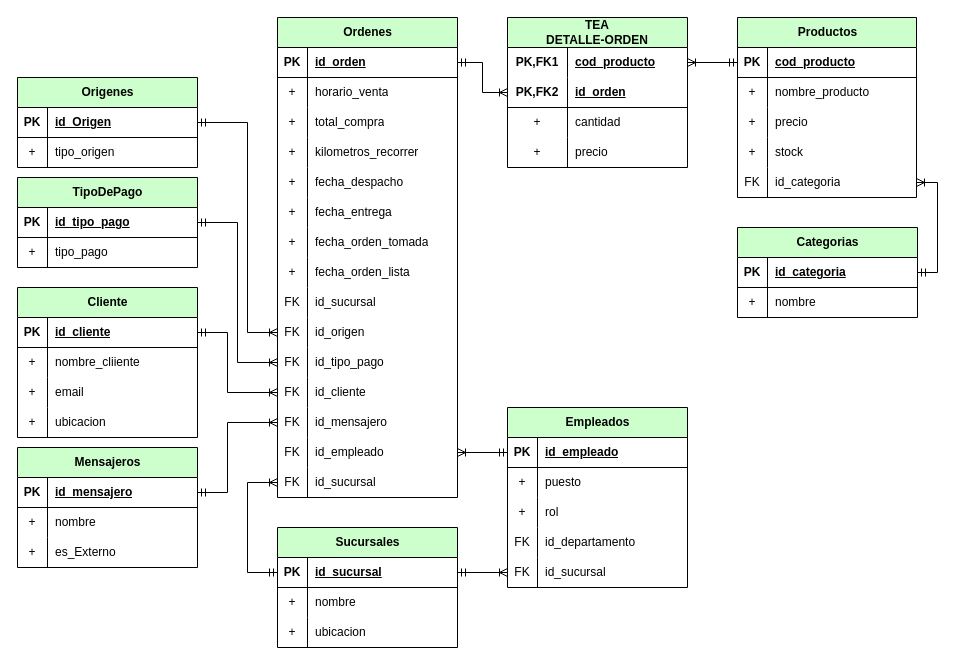
Above: 1er Avance/DiseñoMER_FastFood.drawio in gonzarratia/DataAnalyst_ProyectoIntegrador2 (draw.io), before the change. Source tidied: cells renumbered, new cells numbered last; positions are measured from the earlier drawing's top-left corner, leaving out a move shared by most shapes. Both pictures are drawn from the tidied source at 100%, with x=0, y=0 at pixel (17, 17).
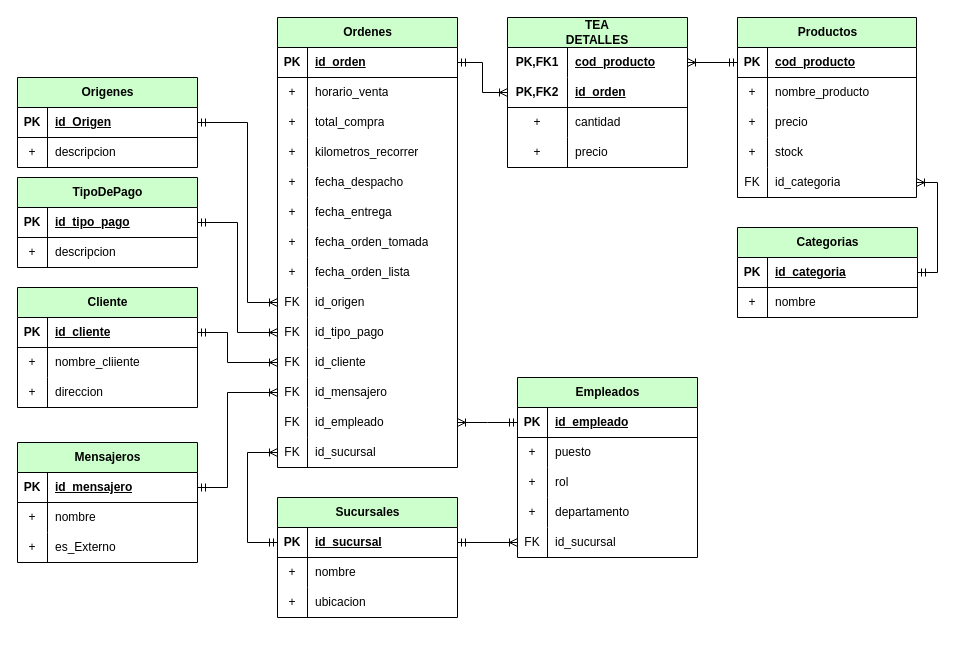
The same page after the edit.

The change refers to these unchanged cells:
```xml
<mxCell id="74" style="shape=tableRow;horizontal=0;startSize=0;swimlaneHead=0;swimlaneBody=0;fillColor=none;top=0;left=0;right=0;bottom=0;" parent="64" vertex="1">
  <mxGeometry y="120" width="180" height="30" as="geometry" />
</mxCell>
<mxCell id="81" style="shape=tableRow;horizontal=0;startSize=0;swimlaneHead=0;swimlaneBody=0;fillColor=none;points=[[0,0.5],[1,0.5]];portConstraint=eastwest;top=0;left=0;right=0;bottom=1;" parent="80" vertex="1">
  <mxGeometry y="30" width="180" height="30" as="geometry" />
</mxCell>
<mxCell id="91" style="shape=tableRow;horizontal=0;startSize=0;swimlaneHead=0;swimlaneBody=0;fillColor=none;points=[[0,0.5],[1,0.5]];portConstraint=eastwest;top=0;left=0;right=0;bottom=1;" parent="90" vertex="1">
  <mxGeometry y="30" width="180" height="30" as="geometry" />
</mxCell>
<mxCell id="101" style="shape=tableRow;horizontal=0;startSize=0;swimlaneHead=0;swimlaneBody=0;fillColor=none;points=[[0,0.5],[1,0.5]];portConstraint=eastwest;top=0;left=0;right=0;bottom=1;" parent="100" vertex="1">
  <mxGeometry y="30" width="180" height="30" as="geometry" />
</mxCell>
<mxCell id="122" style="shape=tableRow;horizontal=0;startSize=0;swimlaneHead=0;swimlaneBody=0;fillColor=none;points=[[0,0.5],[1,0.5]];portConstraint=eastwest;top=0;left=0;right=0;bottom=1;" parent="121" vertex="1">
  <mxGeometry y="30" width="180" height="30" as="geometry" />
</mxCell>
<mxCell id="125" style="shape=tableRow;horizontal=0;startSize=0;swimlaneHead=0;swimlaneBody=0;fillColor=none;top=0;left=0;right=0;bottom=0;" parent="121" vertex="1">
  <mxGeometry y="60" width="180" height="30" as="geometry" />
</mxCell>
<mxCell id="133" style="shape=tableRow;horizontal=0;startSize=0;swimlaneHead=0;swimlaneBody=0;fillColor=none;top=0;left=0;right=0;bottom=0;" parent="129" vertex="1">
  <mxGeometry y="60" width="180" height="30" as="geometry" />
</mxCell>
```

Diff of the diagram source:
```diff
@@
     <mxCell id="2" value="Ordenes" style="shape=table;startSize=30;childLayout=tableLayout;rowLines=0;fontStyle=1;align=center;html=1;fillColor=#CCFFCC;" parent="1" vertex="1">
-      <mxGeometry x="260" width="180" height="480" as="geometry" />
+      <mxGeometry x="260" width="180" height="450" as="geometry" />
     </mxCell>
@@
-    <mxCell id="27" style="shape=tableRow;horizontal=0;startSize=0;swimlaneHead=0;swimlaneBody=0;fillColor=none;top=0;left=0;right=0;bottom=0;" parent="2" vertex="1">
-      <mxGeometry y="270" width="180" height="30" as="geometry" />
-    </mxCell>
-    <mxCell id="28" value="FK" style="shape=partialRectangle;fillColor=none;top=0;left=0;bottom=0;right=0;overflow=hidden;whiteSpace=wrap;html=1;" parent="27" vertex="1">
-      <mxGeometry width="30" height="30" as="geometry" />
-    </mxCell>
-    <mxCell id="29" value="id_sucursal" style="shape=partialRectangle;fillColor=none;top=0;left=0;bottom=0;right=0;align=left;spacingLeft=6;overflow=hidden;whiteSpace=wrap;html=1;" parent="27" vertex="1">
-      <mxGeometry x="30" width="150" height="30" as="geometry" />
-    </mxCell>
     <mxCell id="30" style="shape=tableRow;horizontal=0;startSize=0;swimlaneHead=0;swimlaneBody=0;fillColor=none;points=[[0,0.5],[1,0.5]];portConstraint=eastwest;top=0;left=0;right=0;bottom=0;" parent="2" vertex="1">
-      <mxGeometry y="300" width="180" height="30" as="geometry" />
+      <mxGeometry y="270" width="180" height="30" as="geometry" />
     </mxCell>
@@
     <mxCell id="33" style="shape=tableRow;horizontal=0;startSize=0;swimlaneHead=0;swimlaneBody=0;fillColor=none;points=[[0,0.5],[1,0.5]];portConstraint=eastwest;top=0;left=0;right=0;bottom=0;" parent="2" vertex="1">
-      <mxGeometry y="330" width="180" height="30" as="geometry" />
+      <mxGeometry y="300" width="180" height="30" as="geometry" />
     </mxCell>
@@
     <mxCell id="36" style="shape=tableRow;horizontal=0;startSize=0;swimlaneHead=0;swimlaneBody=0;fillColor=none;points=[[0,0.5],[1,0.5]];portConstraint=eastwest;top=0;left=0;right=0;bottom=0;" parent="2" vertex="1">
-      <mxGeometry y="360" width="180" height="30" as="geometry" />
+      <mxGeometry y="330" width="180" height="30" as="geometry" />
     </mxCell>
@@
     <mxCell id="39" style="shape=tableRow;horizontal=0;startSize=0;swimlaneHead=0;swimlaneBody=0;fillColor=none;points=[[0,0.5],[1,0.5]];portConstraint=eastwest;top=0;left=0;right=0;bottom=0;" parent="2" vertex="1">
-      <mxGeometry y="390" width="180" height="30" as="geometry" />
+      <mxGeometry y="360" width="180" height="30" as="geometry" />
     </mxCell>
@@
     <mxCell id="42" style="shape=tableRow;horizontal=0;startSize=0;swimlaneHead=0;swimlaneBody=0;fillColor=none;points=[[0,0.5],[1,0.5]];portConstraint=eastwest;top=0;left=0;right=0;bottom=0;" parent="2" vertex="1">
-      <mxGeometry y="420" width="180" height="30" as="geometry" />
+      <mxGeometry y="390" width="180" height="30" as="geometry" />
     </mxCell>
@@
     <mxCell id="45" style="shape=tableRow;horizontal=0;startSize=0;swimlaneHead=0;swimlaneBody=0;fillColor=none;points=[[0,0.5],[1,0.5]];portConstraint=eastwest;top=0;left=0;right=0;bottom=0;" parent="2" vertex="1">
-      <mxGeometry y="450" width="180" height="30" as="geometry" />
+      <mxGeometry y="420" width="180" height="30" as="geometry" />
     </mxCell>
@@
     <mxCell id="64" value="Empleados" style="shape=table;startSize=30;childLayout=tableLayout;rowLines=0;fontStyle=1;align=center;html=1;fillColor=#CCFFCC;" parent="1" vertex="1">
-      <mxGeometry x="490" y="390" width="180" height="180" as="geometry" />
+      <mxGeometry x="500" y="360" width="180" height="180" as="geometry" />
     </mxCell>
@@
-    <mxCell id="75" value="FK" style="shape=partialRectangle;fillColor=none;top=0;left=0;bottom=0;right=0;overflow=hidden;whiteSpace=wrap;html=1;" parent="74" vertex="1">
+    <mxCell id="75" value="+" style="shape=partialRectangle;fillColor=none;top=0;left=0;bottom=0;right=0;overflow=hidden;whiteSpace=wrap;html=1;" parent="74" vertex="1">
       <mxGeometry width="30" height="30" as="geometry" />
     </mxCell>
-    <mxCell id="76" value="id_departamento" style="shape=partialRectangle;fillColor=none;top=0;left=0;bottom=0;right=0;align=left;spacingLeft=6;overflow=hidden;whiteSpace=wrap;html=1;" parent="74" vertex="1">
+    <mxCell id="76" value="departamento" style="shape=partialRectangle;fillColor=none;top=0;left=0;bottom=0;right=0;align=left;spacingLeft=6;overflow=hidden;whiteSpace=wrap;html=1;" parent="74" vertex="1">
       <mxGeometry x="30" width="150" height="30" as="geometry" />
     </mxCell>
@@
     <mxCell id="80" value="Sucursales" style="shape=table;startSize=30;childLayout=tableLayout;rowLines=0;fontStyle=1;align=center;html=1;fillColor=#CCFFCC;" parent="1" vertex="1">
-      <mxGeometry x="260" y="510" width="180" height="120" as="geometry" />
+      <mxGeometry x="260" y="480" width="180" height="120" as="geometry" />
     </mxCell>
@@
     <mxCell id="90" value="&lt;span style=&quot;background-color: initial;&quot;&gt;Mensajeros&lt;/span&gt;" style="shape=table;startSize=30;childLayout=tableLayout;rowLines=0;fontStyle=1;align=center;html=1;fillColor=#CCFFCC;" parent="1" vertex="1">
-      <mxGeometry y="430" width="180" height="120" as="geometry" />
+      <mxGeometry y="425" width="180" height="120" as="geometry" />
     </mxCell>
@@
     <mxCell id="100" value="Cliente" style="shape=table;startSize=30;childLayout=tableLayout;rowLines=0;fontStyle=1;align=center;html=1;fillColor=#CCFFCC;" parent="1" vertex="1">
-      <mxGeometry y="270" width="180" height="150" as="geometry" />
+      <mxGeometry y="270" width="180" height="120" as="geometry" />
     </mxCell>
@@
-    <mxCell id="107" style="shape=tableRow;horizontal=0;startSize=0;swimlaneHead=0;swimlaneBody=0;fillColor=none;top=0;left=0;right=0;bottom=0;" parent="100" vertex="1">
-      <mxGeometry y="90" width="180" height="30" as="geometry" />
-    </mxCell>
-    <mxCell id="108" value="+" style="shape=partialRectangle;fillColor=none;top=0;left=0;bottom=0;right=0;overflow=hidden;whiteSpace=wrap;html=1;" parent="107" vertex="1">
-      <mxGeometry width="30" height="30" as="geometry" />
-    </mxCell>
-    <mxCell id="109" value="email" style="shape=partialRectangle;fillColor=none;top=0;left=0;bottom=0;right=0;align=left;spacingLeft=6;overflow=hidden;whiteSpace=wrap;html=1;" parent="107" vertex="1">
-      <mxGeometry x="30" width="150" height="30" as="geometry" />
-    </mxCell>
     <mxCell id="110" style="shape=tableRow;horizontal=0;startSize=0;swimlaneHead=0;swimlaneBody=0;fillColor=none;top=0;left=0;right=0;bottom=0;" parent="100" vertex="1">
-      <mxGeometry y="120" width="180" height="30" as="geometry" />
+      <mxGeometry y="90" width="180" height="30" as="geometry" />
     </mxCell>
@@
-    <mxCell id="112" value="ubicacion" style="shape=partialRectangle;fillColor=none;top=0;left=0;bottom=0;right=0;align=left;spacingLeft=6;overflow=hidden;whiteSpace=wrap;html=1;" parent="110" vertex="1">
+    <mxCell id="112" value="direccion" style="shape=partialRectangle;fillColor=none;top=0;left=0;bottom=0;right=0;align=left;spacingLeft=6;overflow=hidden;whiteSpace=wrap;html=1;" parent="110" vertex="1">
       <mxGeometry x="30" width="150" height="30" as="geometry" />
     </mxCell>
@@
-    <mxCell id="127" value="tipo_origen" style="shape=partialRectangle;fillColor=none;top=0;left=0;bottom=0;right=0;align=left;spacingLeft=6;overflow=hidden;whiteSpace=wrap;html=1;" parent="125" vertex="1">
+    <mxCell id="127" value="descripcion" style="shape=partialRectangle;fillColor=none;top=0;left=0;bottom=0;right=0;align=left;spacingLeft=6;overflow=hidden;whiteSpace=wrap;html=1;" parent="125" vertex="1">
       <mxGeometry x="30" width="150" height="30" as="geometry" />
     </mxCell>
     <mxCell id="128" style="edgeStyle=orthogonalEdgeStyle;fontSize=12;html=1;endArrow=ERoneToMany;startArrow=ERmandOne;rounded=0;entryX=0;entryY=0.5;entryDx=0;entryDy=0;exitX=1;exitY=0.5;exitDx=0;exitDy=0;" parent="1" edge="1" source="122" target="30">
       <mxGeometry relative="1" as="geometry">
         <Array as="points">
           <mxPoint x="230" y="105" />
-          <mxPoint x="230" y="315" />
+          <mxPoint x="230" y="285" />
         </Array>
       </mxGeometry>
     </mxCell>
@@
-    <mxCell id="135" value="tipo_pago" style="shape=partialRectangle;fillColor=none;top=0;left=0;bottom=0;right=0;align=left;spacingLeft=6;overflow=hidden;whiteSpace=wrap;html=1;" parent="133" vertex="1">
+    <mxCell id="135" value="descripcion" style="shape=partialRectangle;fillColor=none;top=0;left=0;bottom=0;right=0;align=left;spacingLeft=6;overflow=hidden;whiteSpace=wrap;html=1;" parent="133" vertex="1">
       <mxGeometry x="30" width="150" height="30" as="geometry" />
     </mxCell>
@@
-    <mxCell id="137" value="TEA&lt;div&gt;DETALLE-ORDEN&lt;/div&gt;" style="shape=table;startSize=30;childLayout=tableLayout;rowLines=0;fontStyle=1;align=center;html=1;whiteSpace=wrap;fillColor=#CCFFCC;" parent="1" vertex="1">
+    <mxCell id="137" value="TEA&lt;div&gt;DETALLES&lt;/div&gt;" style="shape=table;startSize=30;childLayout=tableLayout;rowLines=0;fontStyle=1;align=center;html=1;whiteSpace=wrap;fillColor=#CCFFCC;" parent="1" vertex="1">
       <mxGeometry x="490" width="180" height="150" as="geometry" />
     </mxCell>
@@
     <mxCell id="152" style="edgeStyle=orthogonalEdgeStyle;fontSize=12;html=1;endArrow=ERoneToMany;startArrow=ERmandOne;rounded=0;exitX=1;exitY=0.5;exitDx=0;exitDy=0;entryX=0;entryY=0.5;entryDx=0;entryDy=0;" parent="1" edge="1" source="101" target="36">
       <mxGeometry relative="1" as="geometry">
         <Array as="points">
           <mxPoint x="210" y="315" />
-          <mxPoint x="210" y="375" />
+          <mxPoint x="210" y="345" />
         </Array>
       </mxGeometry>
     </mxCell>
     <mxCell id="153" style="edgeStyle=orthogonalEdgeStyle;fontSize=12;html=1;endArrow=ERoneToMany;startArrow=ERmandOne;rounded=0;exitX=1;exitY=0.5;exitDx=0;exitDy=0;entryX=0;entryY=0.5;entryDx=0;entryDy=0;" parent="1" edge="1" source="91" target="39">
       <mxGeometry relative="1" as="geometry">
         <Array as="points">
-          <mxPoint x="210" y="475" />
-          <mxPoint x="210" y="405" />
+          <mxPoint x="210" y="470" />
+          <mxPoint x="210" y="375" />
         </Array>
       </mxGeometry>
     </mxCell>
     <mxCell id="154" style="edgeStyle=orthogonalEdgeStyle;fontSize=12;html=1;endArrow=ERoneToMany;startArrow=ERmandOne;rounded=0;entryX=0;entryY=0.5;entryDx=0;entryDy=0;exitX=0;exitY=0.5;exitDx=0;exitDy=0;" parent="1" edge="1" source="81" target="45">
       <mxGeometry relative="1" as="geometry">
         <Array as="points">
-          <mxPoint x="230" y="555" />
-          <mxPoint x="230" y="465" />
+          <mxPoint x="230" y="525" />
+          <mxPoint x="230" y="435" />
         </Array>
       </mxGeometry>
     </mxCell>
```
